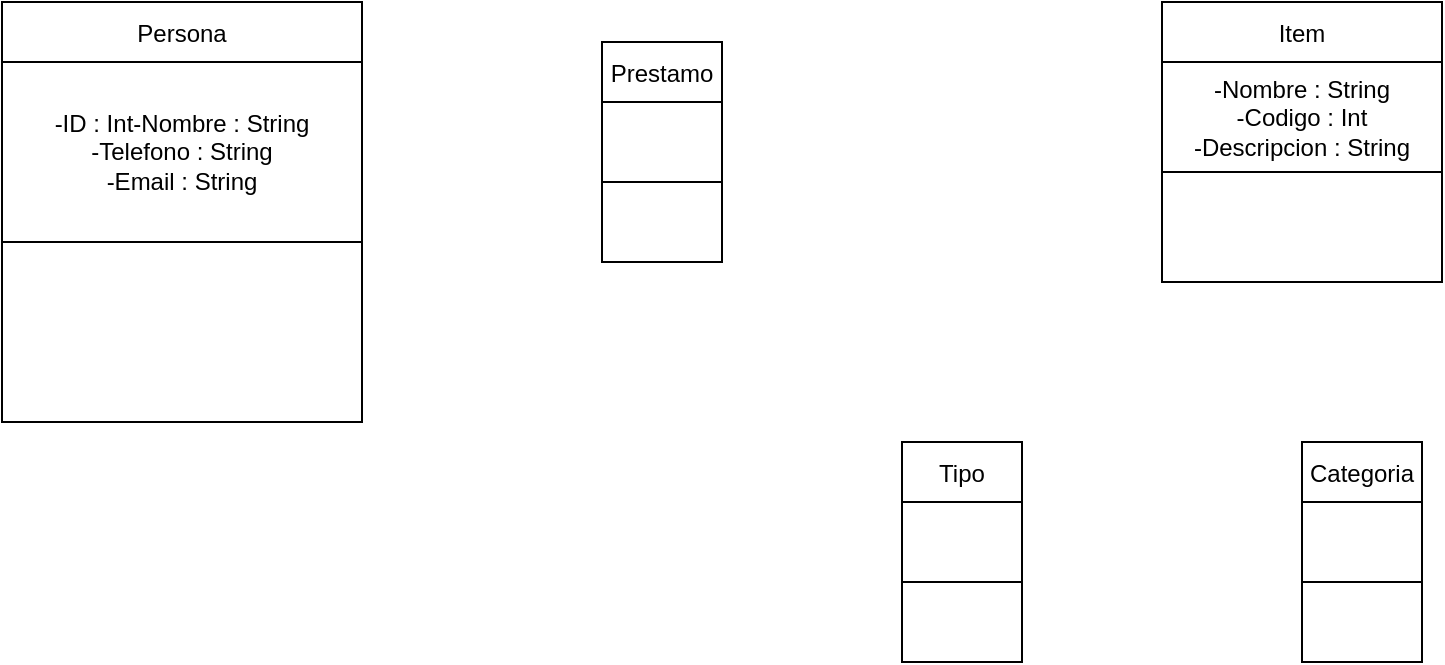
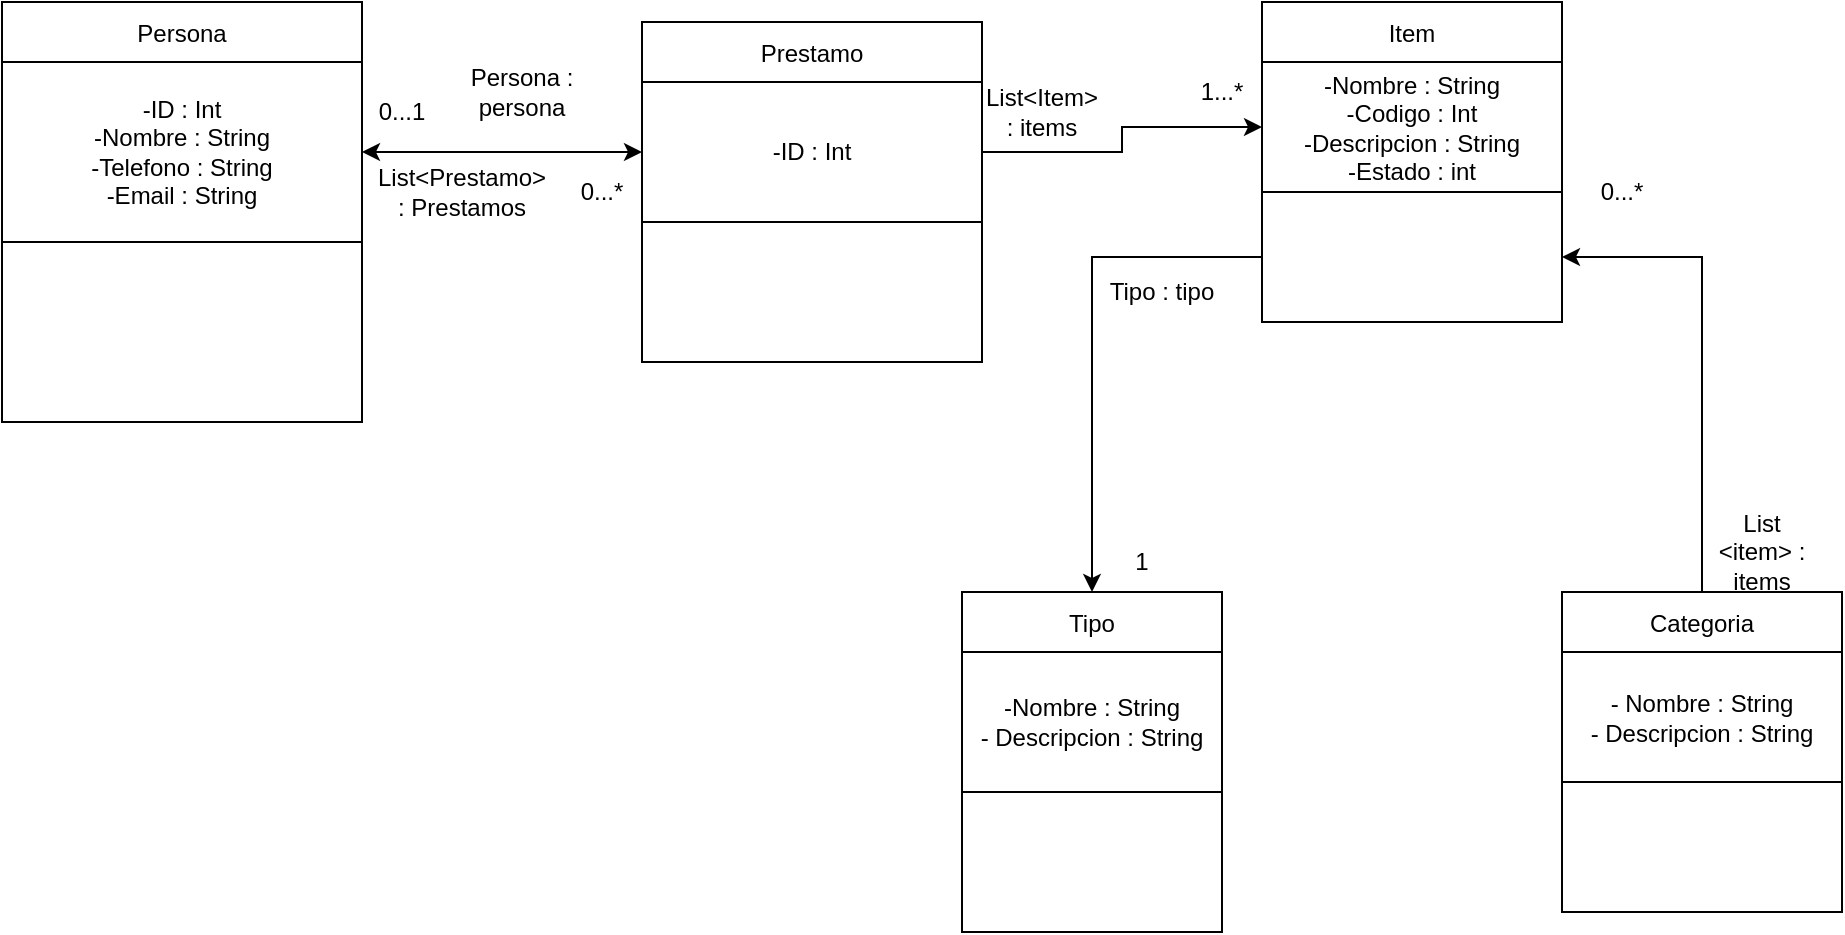
<mxfile host="app.diagrams.net">
  <diagram name="Página-1" id="gEKF-afSuJBGgSwqPxjD">
    <mxGraphModel dx="1224" dy="542" grid="1" gridSize="10" guides="1" tooltips="1" connect="1" arrows="1" fold="1" page="1" pageScale="1" pageWidth="827" pageHeight="1169" math="0" shadow="0">
      <root>
        <mxCell id="0" />
        <mxCell id="1" parent="0" />
        <mxCell id="4vyR8nRWui6VSePEdvpd-1" parent="1" style="shape=table;startSize=30;container=1;collapsible=0;childLayout=tableLayout;fixedHeader=1;" value="Item" vertex="1">
-           <mxGeometry height="140" width="140" x="660" y="40" as="geometry" />
+           <mxGeometry height="160" width="150" x="650" y="40" as="geometry" />
        </mxCell>
        <mxCell id="4vyR8nRWui6VSePEdvpd-2" parent="4vyR8nRWui6VSePEdvpd-1" style="shape=tableRow;horizontal=0;startSize=0;swimlaneHead=0;swimlaneBody=0;strokeColor=inherit;top=0;left=0;bottom=0;right=0;collapsible=0;dropTarget=0;fillColor=none;points=[[0,0.5],[1,0.5]];portConstraint=eastwest;fixedHeader=1;" value="" vertex="1">
-           <mxGeometry height="55" width="140" y="30" as="geometry" />
+           <mxGeometry height="65" width="150" y="30" as="geometry" />
        </mxCell>
-         <mxCell id="4vyR8nRWui6VSePEdvpd-3" parent="4vyR8nRWui6VSePEdvpd-2" style="shape=partialRectangle;html=1;whiteSpace=wrap;connectable=0;strokeColor=inherit;overflow=hidden;fillColor=none;top=0;left=0;bottom=0;right=0;pointerEvents=1;" value="-Nombre : String&lt;div&gt;-Codigo : Int&lt;/div&gt;&lt;div&gt;-Descripcion : String&lt;/div&gt;" vertex="1">
-           <mxGeometry height="55" width="140" as="geometry">
-             <mxRectangle height="55" width="140" as="alternateBounds" />
+         <mxCell id="4vyR8nRWui6VSePEdvpd-3" parent="4vyR8nRWui6VSePEdvpd-2" style="shape=partialRectangle;html=1;whiteSpace=wrap;connectable=0;strokeColor=inherit;overflow=hidden;fillColor=none;top=0;left=0;bottom=0;right=0;pointerEvents=1;" value="-Nombre : String&lt;div&gt;-Codigo : Int&lt;/div&gt;&lt;div&gt;-Descripcion : String&lt;br&gt;-Estado : int&lt;/div&gt;" vertex="1">
+           <mxGeometry height="65" width="150" as="geometry">
+             <mxRectangle height="65" width="150" as="alternateBounds" />
          </mxGeometry>
        </mxCell>
        <mxCell id="4vyR8nRWui6VSePEdvpd-4" parent="4vyR8nRWui6VSePEdvpd-1" style="shape=tableRow;horizontal=0;startSize=0;swimlaneHead=0;swimlaneBody=0;strokeColor=inherit;top=0;left=0;bottom=0;right=0;collapsible=0;dropTarget=0;fillColor=none;points=[[0,0.5],[1,0.5]];portConstraint=eastwest;fixedHeader=1;" value="" vertex="1">
-           <mxGeometry height="55" width="140" y="85" as="geometry" />
+           <mxGeometry height="65" width="150" y="95" as="geometry" />
        </mxCell>
        <mxCell id="4vyR8nRWui6VSePEdvpd-5" parent="4vyR8nRWui6VSePEdvpd-4" style="shape=partialRectangle;html=1;whiteSpace=wrap;connectable=0;strokeColor=inherit;overflow=hidden;fillColor=none;top=0;left=0;bottom=0;right=0;pointerEvents=1;" value="" vertex="1">
-           <mxGeometry height="55" width="140" as="geometry">
-             <mxRectangle height="55" width="140" as="alternateBounds" />
+           <mxGeometry height="65" width="150" as="geometry">
+             <mxRectangle height="65" width="150" as="alternateBounds" />
          </mxGeometry>
        </mxCell>
        <mxCell id="4vyR8nRWui6VSePEdvpd-6" parent="1" style="shape=table;startSize=30;container=1;collapsible=0;childLayout=tableLayout;fixedHeader=1;" value="Persona" vertex="1">
-           <mxGeometry height="210" width="180" x="80" y="40" as="geometry" />
+           <mxGeometry height="210" width="180" x="20" y="40" as="geometry" />
        </mxCell>
        <mxCell id="4vyR8nRWui6VSePEdvpd-7" parent="4vyR8nRWui6VSePEdvpd-6" style="shape=tableRow;horizontal=0;startSize=0;swimlaneHead=0;swimlaneBody=0;strokeColor=inherit;top=0;left=0;bottom=0;right=0;collapsible=0;dropTarget=0;fillColor=none;points=[[0,0.5],[1,0.5]];portConstraint=eastwest;fixedHeader=1;" value="" vertex="1">
          <mxGeometry height="90" width="180" y="30" as="geometry" />
        </mxCell>
-         <mxCell id="4vyR8nRWui6VSePEdvpd-8" parent="4vyR8nRWui6VSePEdvpd-7" style="shape=partialRectangle;html=1;whiteSpace=wrap;connectable=0;strokeColor=inherit;overflow=hidden;fillColor=none;top=0;left=0;bottom=0;right=0;pointerEvents=1;" value="-ID : Int-Nombre : String&lt;br&gt;-Telefono : String&lt;br&gt;-Email : String" vertex="1">
+         <mxCell id="4vyR8nRWui6VSePEdvpd-8" parent="4vyR8nRWui6VSePEdvpd-7" style="shape=partialRectangle;html=1;whiteSpace=wrap;connectable=0;strokeColor=inherit;overflow=hidden;fillColor=none;top=0;left=0;bottom=0;right=0;pointerEvents=1;" value="-ID : Int&lt;div&gt;-Nombre : String&lt;br&gt;-Telefono : String&lt;br&gt;-Email : String&lt;/div&gt;" vertex="1">
          <mxGeometry height="90" width="180" as="geometry">
            <mxRectangle height="90" width="180" as="alternateBounds" />
          </mxGeometry>
        </mxCell>
        <mxCell id="4vyR8nRWui6VSePEdvpd-9" parent="4vyR8nRWui6VSePEdvpd-6" style="shape=tableRow;horizontal=0;startSize=0;swimlaneHead=0;swimlaneBody=0;strokeColor=inherit;top=0;left=0;bottom=0;right=0;collapsible=0;dropTarget=0;fillColor=none;points=[[0,0.5],[1,0.5]];portConstraint=eastwest;fixedHeader=1;" value="" vertex="1">
          <mxGeometry height="90" width="180" y="120" as="geometry" />
        </mxCell>
        <mxCell id="4vyR8nRWui6VSePEdvpd-10" parent="4vyR8nRWui6VSePEdvpd-9" style="shape=partialRectangle;html=1;whiteSpace=wrap;connectable=0;strokeColor=inherit;overflow=hidden;fillColor=none;top=0;left=0;bottom=0;right=0;pointerEvents=1;" value="" vertex="1">
          <mxGeometry height="90" width="180" as="geometry">
            <mxRectangle height="90" width="180" as="alternateBounds" />
          </mxGeometry>
        </mxCell>
        <mxCell id="4vyR8nRWui6VSePEdvpd-11" parent="1" style="shape=table;startSize=30;container=1;collapsible=0;childLayout=tableLayout;fixedHeader=1;" value="Tipo" vertex="1">
-           <mxGeometry height="110" width="60" x="530" y="260" as="geometry" />
+           <mxGeometry height="170" width="130" x="500" y="335" as="geometry" />
        </mxCell>
        <mxCell id="4vyR8nRWui6VSePEdvpd-12" parent="4vyR8nRWui6VSePEdvpd-11" style="shape=tableRow;horizontal=0;startSize=0;swimlaneHead=0;swimlaneBody=0;strokeColor=inherit;top=0;left=0;bottom=0;right=0;collapsible=0;dropTarget=0;fillColor=none;points=[[0,0.5],[1,0.5]];portConstraint=eastwest;fixedHeader=1;" value="" vertex="1">
-           <mxGeometry height="40" width="60" y="30" as="geometry" />
+           <mxGeometry height="70" width="130" y="30" as="geometry" />
        </mxCell>
-         <mxCell id="4vyR8nRWui6VSePEdvpd-13" parent="4vyR8nRWui6VSePEdvpd-12" style="shape=partialRectangle;html=1;whiteSpace=wrap;connectable=0;strokeColor=inherit;overflow=hidden;fillColor=none;top=0;left=0;bottom=0;right=0;pointerEvents=1;" value="" vertex="1">
-           <mxGeometry height="40" width="60" as="geometry">
-             <mxRectangle height="40" width="60" as="alternateBounds" />
+         <mxCell id="4vyR8nRWui6VSePEdvpd-13" parent="4vyR8nRWui6VSePEdvpd-12" style="shape=partialRectangle;html=1;whiteSpace=wrap;connectable=0;strokeColor=inherit;overflow=hidden;fillColor=none;top=0;left=0;bottom=0;right=0;pointerEvents=1;" value="-Nombre : String&lt;br&gt;- Descripcion : String" vertex="1">
+           <mxGeometry height="70" width="130" as="geometry">
+             <mxRectangle height="70" width="130" as="alternateBounds" />
          </mxGeometry>
        </mxCell>
        <mxCell id="4vyR8nRWui6VSePEdvpd-14" parent="4vyR8nRWui6VSePEdvpd-11" style="shape=tableRow;horizontal=0;startSize=0;swimlaneHead=0;swimlaneBody=0;strokeColor=inherit;top=0;left=0;bottom=0;right=0;collapsible=0;dropTarget=0;fillColor=none;points=[[0,0.5],[1,0.5]];portConstraint=eastwest;fixedHeader=1;" value="" vertex="1">
-           <mxGeometry height="40" width="60" y="70" as="geometry" />
+           <mxGeometry height="70" width="130" y="100" as="geometry" />
        </mxCell>
        <mxCell id="4vyR8nRWui6VSePEdvpd-15" parent="4vyR8nRWui6VSePEdvpd-14" style="shape=partialRectangle;html=1;whiteSpace=wrap;connectable=0;strokeColor=inherit;overflow=hidden;fillColor=none;top=0;left=0;bottom=0;right=0;pointerEvents=1;" value="" vertex="1">
-           <mxGeometry height="40" width="60" as="geometry">
-             <mxRectangle height="40" width="60" as="alternateBounds" />
+           <mxGeometry height="70" width="130" as="geometry">
+             <mxRectangle height="70" width="130" as="alternateBounds" />
+           </mxGeometry>
+         </mxCell>
+         <mxCell id="yxXcuck7RKNR2Met1NWS-10" edge="1" parent="1" source="4vyR8nRWui6VSePEdvpd-16" style="edgeStyle=orthogonalEdgeStyle;rounded=0;orthogonalLoop=1;jettySize=auto;html=1;entryX=1;entryY=0.5;entryDx=0;entryDy=0;" target="4vyR8nRWui6VSePEdvpd-4">
+           <mxGeometry relative="1" as="geometry">
+             <mxPoint x="730" y="210" as="targetPoint" />
          </mxGeometry>
        </mxCell>
        <mxCell id="4vyR8nRWui6VSePEdvpd-16" parent="1" style="shape=table;startSize=30;container=1;collapsible=0;childLayout=tableLayout;fixedHeader=1;" value="Categoria" vertex="1">
-           <mxGeometry height="110" width="60" x="730" y="260" as="geometry" />
+           <mxGeometry height="160" width="140" x="800" y="335" as="geometry" />
        </mxCell>
        <mxCell id="4vyR8nRWui6VSePEdvpd-17" parent="4vyR8nRWui6VSePEdvpd-16" style="shape=tableRow;horizontal=0;startSize=0;swimlaneHead=0;swimlaneBody=0;strokeColor=inherit;top=0;left=0;bottom=0;right=0;collapsible=0;dropTarget=0;fillColor=none;points=[[0,0.5],[1,0.5]];portConstraint=eastwest;fixedHeader=1;" value="" vertex="1">
-           <mxGeometry height="40" width="60" y="30" as="geometry" />
+           <mxGeometry height="65" width="140" y="30" as="geometry" />
        </mxCell>
-         <mxCell id="4vyR8nRWui6VSePEdvpd-18" parent="4vyR8nRWui6VSePEdvpd-17" style="shape=partialRectangle;html=1;whiteSpace=wrap;connectable=0;strokeColor=inherit;overflow=hidden;fillColor=none;top=0;left=0;bottom=0;right=0;pointerEvents=1;" value="" vertex="1">
-           <mxGeometry height="40" width="60" as="geometry">
-             <mxRectangle height="40" width="60" as="alternateBounds" />
+         <mxCell id="4vyR8nRWui6VSePEdvpd-18" parent="4vyR8nRWui6VSePEdvpd-17" style="shape=partialRectangle;html=1;whiteSpace=wrap;connectable=0;strokeColor=inherit;overflow=hidden;fillColor=none;top=0;left=0;bottom=0;right=0;pointerEvents=1;" value="- Nombre : String&lt;br&gt;- Descripcion : String" vertex="1">
+           <mxGeometry height="65" width="140" as="geometry">
+             <mxRectangle height="65" width="140" as="alternateBounds" />
          </mxGeometry>
        </mxCell>
        <mxCell id="4vyR8nRWui6VSePEdvpd-19" parent="4vyR8nRWui6VSePEdvpd-16" style="shape=tableRow;horizontal=0;startSize=0;swimlaneHead=0;swimlaneBody=0;strokeColor=inherit;top=0;left=0;bottom=0;right=0;collapsible=0;dropTarget=0;fillColor=none;points=[[0,0.5],[1,0.5]];portConstraint=eastwest;fixedHeader=1;" value="" vertex="1">
-           <mxGeometry height="40" width="60" y="70" as="geometry" />
+           <mxGeometry height="65" width="140" y="95" as="geometry" />
        </mxCell>
        <mxCell id="4vyR8nRWui6VSePEdvpd-20" parent="4vyR8nRWui6VSePEdvpd-19" style="shape=partialRectangle;html=1;whiteSpace=wrap;connectable=0;strokeColor=inherit;overflow=hidden;fillColor=none;top=0;left=0;bottom=0;right=0;pointerEvents=1;" value="" vertex="1">
-           <mxGeometry height="40" width="60" as="geometry">
-             <mxRectangle height="40" width="60" as="alternateBounds" />
+           <mxGeometry height="65" width="140" as="geometry">
+             <mxRectangle height="65" width="140" as="alternateBounds" />
          </mxGeometry>
        </mxCell>
        <mxCell id="4vyR8nRWui6VSePEdvpd-21" parent="1" style="shape=table;startSize=30;container=1;collapsible=0;childLayout=tableLayout;fixedHeader=1;" value="Prestamo" vertex="1">
-           <mxGeometry height="110" width="60" x="380" y="60" as="geometry" />
+           <mxGeometry height="170" width="170" x="340" y="50" as="geometry" />
        </mxCell>
        <mxCell id="4vyR8nRWui6VSePEdvpd-22" parent="4vyR8nRWui6VSePEdvpd-21" style="shape=tableRow;horizontal=0;startSize=0;swimlaneHead=0;swimlaneBody=0;strokeColor=inherit;top=0;left=0;bottom=0;right=0;collapsible=0;dropTarget=0;fillColor=none;points=[[0,0.5],[1,0.5]];portConstraint=eastwest;fixedHeader=1;" value="" vertex="1">
-           <mxGeometry height="40" width="60" y="30" as="geometry" />
+           <mxGeometry height="70" width="170" y="30" as="geometry" />
        </mxCell>
-         <mxCell id="4vyR8nRWui6VSePEdvpd-23" parent="4vyR8nRWui6VSePEdvpd-22" style="shape=partialRectangle;html=1;whiteSpace=wrap;connectable=0;strokeColor=inherit;overflow=hidden;fillColor=none;top=0;left=0;bottom=0;right=0;pointerEvents=1;" value="" vertex="1">
-           <mxGeometry height="40" width="60" as="geometry">
-             <mxRectangle height="40" width="60" as="alternateBounds" />
+         <mxCell id="4vyR8nRWui6VSePEdvpd-23" parent="4vyR8nRWui6VSePEdvpd-22" style="shape=partialRectangle;html=1;whiteSpace=wrap;connectable=0;strokeColor=inherit;overflow=hidden;fillColor=none;top=0;left=0;bottom=0;right=0;pointerEvents=1;" value="-ID : Int" vertex="1">
+           <mxGeometry height="70" width="170" as="geometry">
+             <mxRectangle height="70" width="170" as="alternateBounds" />
          </mxGeometry>
        </mxCell>
        <mxCell id="4vyR8nRWui6VSePEdvpd-24" parent="4vyR8nRWui6VSePEdvpd-21" style="shape=tableRow;horizontal=0;startSize=0;swimlaneHead=0;swimlaneBody=0;strokeColor=inherit;top=0;left=0;bottom=0;right=0;collapsible=0;dropTarget=0;fillColor=none;points=[[0,0.5],[1,0.5]];portConstraint=eastwest;fixedHeader=1;" value="" vertex="1">
-           <mxGeometry height="40" width="60" y="70" as="geometry" />
+           <mxGeometry height="70" width="170" y="100" as="geometry" />
        </mxCell>
        <mxCell id="4vyR8nRWui6VSePEdvpd-25" parent="4vyR8nRWui6VSePEdvpd-24" style="shape=partialRectangle;html=1;whiteSpace=wrap;connectable=0;strokeColor=inherit;overflow=hidden;fillColor=none;top=0;left=0;bottom=0;right=0;pointerEvents=1;" value="" vertex="1">
-           <mxGeometry height="40" width="60" as="geometry">
-             <mxRectangle height="40" width="60" as="alternateBounds" />
+           <mxGeometry height="70" width="170" as="geometry">
+             <mxRectangle height="70" width="170" as="alternateBounds" />
          </mxGeometry>
+         </mxCell>
+         <mxCell id="yxXcuck7RKNR2Met1NWS-1" edge="1" parent="1" source="4vyR8nRWui6VSePEdvpd-22" style="edgeStyle=orthogonalEdgeStyle;rounded=0;orthogonalLoop=1;jettySize=auto;html=1;entryX=1;entryY=0.5;entryDx=0;entryDy=0;startArrow=classic;startFill=1;" target="4vyR8nRWui6VSePEdvpd-7">
+           <mxGeometry relative="1" as="geometry" />
+         </mxCell>
+         <mxCell id="yxXcuck7RKNR2Met1NWS-2" parent="1" style="text;html=1;whiteSpace=wrap;strokeColor=none;fillColor=none;align=center;verticalAlign=middle;rounded=0;" value="Persona : persona" vertex="1">
+           <mxGeometry height="30" width="60" x="250" y="70" as="geometry" />
+         </mxCell>
+         <mxCell id="yxXcuck7RKNR2Met1NWS-3" parent="1" style="text;html=1;whiteSpace=wrap;strokeColor=none;fillColor=none;align=center;verticalAlign=middle;rounded=0;" value="0...1" vertex="1">
+           <mxGeometry height="30" width="60" x="190" y="80" as="geometry" />
+         </mxCell>
+         <mxCell id="yxXcuck7RKNR2Met1NWS-4" parent="1" style="text;html=1;whiteSpace=wrap;strokeColor=none;fillColor=none;align=center;verticalAlign=middle;rounded=0;" value="List&amp;lt;Prestamo&amp;gt; : Prestamos" vertex="1">
+           <mxGeometry height="30" width="60" x="220" y="120" as="geometry" />
+         </mxCell>
+         <mxCell id="yxXcuck7RKNR2Met1NWS-5" parent="1" style="text;html=1;whiteSpace=wrap;strokeColor=none;fillColor=none;align=center;verticalAlign=middle;rounded=0;" value="0...*" vertex="1">
+           <mxGeometry height="30" width="60" x="290" y="120" as="geometry" />
+         </mxCell>
+         <mxCell id="yxXcuck7RKNR2Met1NWS-6" edge="1" parent="1" source="4vyR8nRWui6VSePEdvpd-22" style="edgeStyle=orthogonalEdgeStyle;rounded=0;orthogonalLoop=1;jettySize=auto;html=1;" target="4vyR8nRWui6VSePEdvpd-2">
+           <mxGeometry relative="1" as="geometry" />
+         </mxCell>
+         <mxCell id="yxXcuck7RKNR2Met1NWS-7" parent="1" style="text;html=1;whiteSpace=wrap;strokeColor=none;fillColor=none;align=center;verticalAlign=middle;rounded=0;" value="List&amp;lt;Item&amp;gt; : items" vertex="1">
+           <mxGeometry height="30" width="60" x="510" y="80" as="geometry" />
+         </mxCell>
+         <mxCell id="yxXcuck7RKNR2Met1NWS-8" parent="1" style="text;html=1;whiteSpace=wrap;strokeColor=none;fillColor=none;align=center;verticalAlign=middle;rounded=0;" value="1...*" vertex="1">
+           <mxGeometry height="30" width="60" x="600" y="70" as="geometry" />
+         </mxCell>
+         <mxCell id="yxXcuck7RKNR2Met1NWS-9" edge="1" parent="1" source="4vyR8nRWui6VSePEdvpd-4" style="edgeStyle=orthogonalEdgeStyle;rounded=0;orthogonalLoop=1;jettySize=auto;html=1;entryX=0.5;entryY=0;entryDx=0;entryDy=0;" target="4vyR8nRWui6VSePEdvpd-11">
+           <mxGeometry relative="1" as="geometry" />
+         </mxCell>
+         <mxCell id="yxXcuck7RKNR2Met1NWS-11" parent="1" style="text;html=1;whiteSpace=wrap;strokeColor=none;fillColor=none;align=center;verticalAlign=middle;rounded=0;" value="Tipo : tipo" vertex="1">
+           <mxGeometry height="30" width="60" x="570" y="170" as="geometry" />
+         </mxCell>
+         <mxCell id="yxXcuck7RKNR2Met1NWS-12" parent="1" style="text;html=1;whiteSpace=wrap;strokeColor=none;fillColor=none;align=center;verticalAlign=middle;rounded=0;" value="1" vertex="1">
+           <mxGeometry height="30" width="60" x="560" y="305" as="geometry" />
+         </mxCell>
+         <mxCell id="yxXcuck7RKNR2Met1NWS-13" parent="1" style="text;html=1;whiteSpace=wrap;strokeColor=none;fillColor=none;align=center;verticalAlign=middle;rounded=0;" value="List &amp;lt;item&lt;span style=&quot;background-color: transparent; color: light-dark(rgb(0, 0, 0), rgb(255, 255, 255));&quot;&gt;&amp;gt; : items&lt;/span&gt;" vertex="1">
+           <mxGeometry height="30" width="60" x="870" y="300" as="geometry" />
+         </mxCell>
+         <mxCell id="yxXcuck7RKNR2Met1NWS-14" parent="1" style="text;html=1;whiteSpace=wrap;strokeColor=none;fillColor=none;align=center;verticalAlign=middle;rounded=0;" value="0...*" vertex="1">
+           <mxGeometry height="30" width="60" x="800" y="120" as="geometry" />
        </mxCell>
      </root>
    </mxGraphModel>
  </diagram>
</mxfile>
